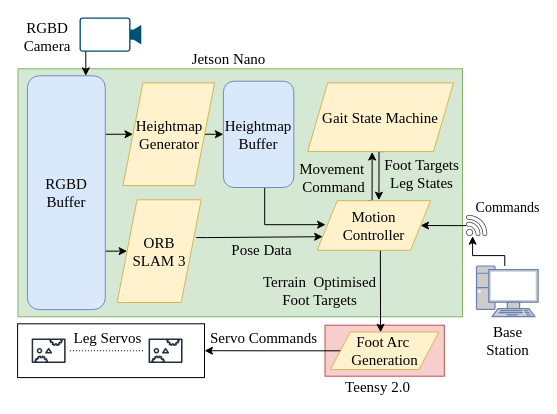
Before: figs/HexapodSystemDiagram.drawio in EpEpDragon/MThesis, a draw.io diagram. Source tidied: cells renumbered, new cells numbered last; positions are measured from the earlier drawing's top-left corner, leaving out a move shared by most shapes. Both pictures are drawn from the tidied source at 100%, with x=0, y=0 at pixel (17, 17).
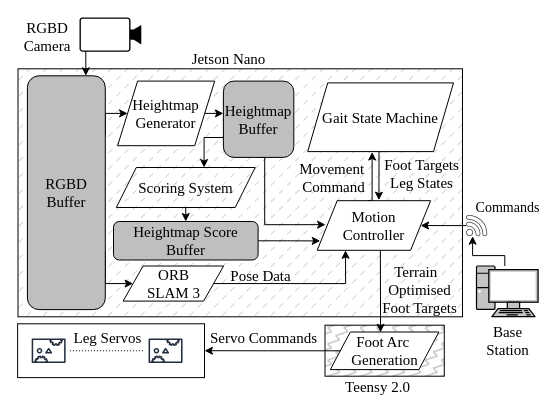
The same page after the edit.

Commit message (it also covers changes not shown here):
Score buffer added to system diagram

Unchanged cells that the change refers to:
```xml
<mxCell id="3" style="group;" parent="1" vertex="1">
  <mxGeometry x="0.1" y="20" width="510" height="360" as="geometry" />
</mxCell>
<mxCell id="34" style="edgeStyle=orthogonalEdgeStyle;rounded=0;jettySize=auto;html=1;entryX=0.463;entryY=0.007;entryDx=0;entryDy=0;entryPerimeter=0;exitX=0.557;exitY=1.009;exitDx=0;exitDy=0;exitPerimeter=0;" parent="3" edge="1" source="26" target="33">
  <mxGeometry relative="1" as="geometry">
    <Array as="points">
      <mxPoint x="362.9" y="213" />
      <mxPoint x="362.9" y="213" />
    </Array>
  </mxGeometry>
</mxCell>
```

Diff of the diagram source:
```diff
@@
-    <mxCell id="4" style="rounded=0;whiteSpace=wrap;html=1;fillColor=#d5e8d4;strokeColor=#82b366;" parent="3" vertex="1">
+    <mxCell id="4" style="rounded=0;whiteSpace=wrap;html=1;fillColor=#C4C4C4;strokeColor=#000000;gradientColor=none;fillStyle=dashed;" parent="3" vertex="1">
       <mxGeometry x="0.4" y="31.3" width="444.5" height="248" as="geometry" />
     </mxCell>
     <mxCell id="5" style="edgeStyle=orthogonalEdgeStyle;rounded=0;jettySize=auto;html=1;exitX=1;exitY=0.25;exitDx=0;exitDy=0;entryX=0;entryY=0.5;entryDx=0;entryDy=0;" parent="3" edge="1" source="7" target="10">
-      <mxGeometry relative="1" as="geometry" />
+      <mxGeometry relative="1" as="geometry">
+        <Array as="points">
+          <mxPoint x="88" y="76" />
+        </Array>
+      </mxGeometry>
     </mxCell>
     <mxCell id="6" style="edgeStyle=orthogonalEdgeStyle;rounded=0;jettySize=auto;html=1;exitX=1;exitY=0.75;exitDx=0;exitDy=0;entryX=0;entryY=0.5;entryDx=0;entryDy=0;" parent="3" edge="1" source="7" target="18">
-      <mxGeometry relative="1" as="geometry" />
+      <mxGeometry relative="1" as="geometry">
+        <Array as="points">
+          <mxPoint x="88" y="246" />
+        </Array>
+      </mxGeometry>
     </mxCell>
-    <mxCell id="7" value="&lt;font style=&quot;font-size: 15px;&quot;&gt;RGBD Buffer&lt;/font&gt;" style="rounded=1;whiteSpace=wrap;html=1;fillColor=#dae8fc;strokeColor=#6c8ebf;fontFamily=Times New Roman;fontSize=15;" parent="3" vertex="1">
+    <mxCell id="7" value="&lt;font style=&quot;font-size: 15px;&quot;&gt;RGBD Buffer&lt;/font&gt;" style="rounded=1;whiteSpace=wrap;html=1;fillColor=#BFBFBF;strokeColor=#000000;fontFamily=Times New Roman;fontSize=15;" parent="3" vertex="1">
       <mxGeometry x="9.8" y="38.3" width="77.9" height="233.8" as="geometry" />
     </mxCell>
@@
-    <mxCell id="10" value="&lt;font style=&quot;font-size: 15px;&quot;&gt;Heightmap&lt;/font&gt;&lt;div&gt;&lt;span style=&quot;background-color: initial;&quot;&gt;Generator&lt;/span&gt;&lt;/div&gt;" style="shape=parallelogram;perimeter=parallelogramPerimeter;whiteSpace=wrap;html=1;fixedSize=1;fillColor=#fff2cc;strokeColor=#d6b656;fontFamily=Times New Roman;fontSize=15;" parent="3" vertex="1">
-      <mxGeometry x="105.4" y="45.4" width="91.6" height="102.7" as="geometry" />
+    <mxCell id="10" value="&lt;font style=&quot;font-size: 15px;&quot;&gt;Heightmap&lt;/font&gt;&lt;div&gt;&lt;span style=&quot;background-color: initial;&quot;&gt;Generator&lt;/span&gt;&lt;/div&gt;" style="shape=parallelogram;perimeter=parallelogramPerimeter;whiteSpace=wrap;html=1;fixedSize=1;fillColor=#FFFFFF;strokeColor=#000000;fontFamily=Times New Roman;fontSize=15;" parent="3" vertex="1">
+      <mxGeometry x="100" y="43.6" width="97.1" height="64.6" as="geometry" />
     </mxCell>
@@
-    <mxCell id="12" value="&lt;font style=&quot;font-size: 15px;&quot;&gt;Heightmap&lt;/font&gt;&lt;div style=&quot;font-size: 15px;&quot;&gt;&lt;font style=&quot;font-size: 15px;&quot;&gt;Buffer&lt;/font&gt;&lt;/div&gt;" style="rounded=1;whiteSpace=wrap;html=1;fillColor=#dae8fc;strokeColor=#6c8ebf;fontFamily=Times New Roman;fontSize=15;" parent="3" vertex="1">
-      <mxGeometry x="205.8" y="43.7" width="70.4" height="106.3" as="geometry" />
+    <mxCell id="12" value="&lt;font style=&quot;font-size: 15px;&quot;&gt;Heightmap&lt;/font&gt;&lt;div style=&quot;font-size: 15px;&quot;&gt;&lt;font style=&quot;font-size: 15px;&quot;&gt;Buffer&lt;/font&gt;&lt;/div&gt;" style="rounded=1;whiteSpace=wrap;html=1;fillColor=#BFBFBF;strokeColor=#000000;fontFamily=Times New Roman;fontSize=15;" parent="3" vertex="1">
+      <mxGeometry x="205.8" y="43.6" width="70.4" height="76.3" as="geometry" />
     </mxCell>
@@
-    <mxCell id="15" value="&lt;font style=&quot;font-size: 15px;&quot;&gt;Gait State Machine&lt;/font&gt;" style="shape=parallelogram;perimeter=parallelogramPerimeter;whiteSpace=wrap;html=1;fixedSize=1;fillColor=#fff2cc;strokeColor=#d6b656;fontFamily=Times New Roman;fontSize=15;" parent="3" vertex="1">
+    <mxCell id="15" value="&lt;font style=&quot;font-size: 15px;&quot;&gt;Gait State Machine&lt;/font&gt;" style="shape=parallelogram;perimeter=parallelogramPerimeter;whiteSpace=wrap;html=1;fixedSize=1;fillColor=#FFFFFF;strokeColor=#000000;fontFamily=Times New Roman;fontSize=15;" parent="3" vertex="1">
       <mxGeometry x="290.1" y="45.4" width="145.8" height="68.7" as="geometry" />
     </mxCell>
-    <mxCell id="16" style="edgeStyle=orthogonalEdgeStyle;rounded=0;jettySize=auto;html=1;exitX=0.94;exitY=0.368;exitDx=0;exitDy=0;entryX=0;entryY=0.75;entryDx=0;entryDy=0;fontFamily=Times New Roman;fontSize=17;fontColor=default;exitPerimeter=0;" parent="3" edge="1" source="18" target="26">
+    <mxCell id="16" style="edgeStyle=orthogonalEdgeStyle;rounded=0;jettySize=auto;html=1;exitX=1;exitY=0.5;exitDx=0;exitDy=0;entryX=0.25;entryY=1;entryDx=0;entryDy=0;fontFamily=Times New Roman;fontSize=17;fontColor=default;" parent="3" edge="1" source="18" target="26">
       <mxGeometry relative="1" as="geometry">
         <Array as="points">
-          <mxPoint x="189.8" y="199.9" />
+          <mxPoint x="328" y="246" />
         </Array>
       </mxGeometry>
     </mxCell>
     <mxCell id="17" value="Pose Data" style="edgeLabel;html=1;align=center;verticalAlign=middle;strokeColor=#d6b656;fontFamily=Times New Roman;fontSize=15;fontColor=default;fillColor=#fff2cc;labelBackgroundColor=none;" parent="16" vertex="1">
       <mxGeometry x="-0.01" y="1" relative="1" as="geometry">
-        <mxPoint x="2" y="13" as="offset" />
+        <mxPoint x="-36" y="-8" as="offset" />
       </mxGeometry>
     </mxCell>
-    <mxCell id="18" value="&lt;span style=&quot;font-size: 15px;&quot;&gt;ORB&lt;/span&gt;&lt;div&gt;&lt;span style=&quot;font-size: 15px;&quot;&gt;SLAM 3&lt;/span&gt;&lt;/div&gt;" style="shape=parallelogram;perimeter=parallelogramPerimeter;whiteSpace=wrap;html=1;fixedSize=1;fillColor=#fff2cc;strokeColor=#d6b656;fontFamily=Times New Roman;fontSize=15;" parent="3" vertex="1">
-      <mxGeometry x="99.5" y="162.3" width="84.1" height="102.7" as="geometry" />
+    <mxCell id="18" value="&lt;span style=&quot;font-size: 15px;&quot;&gt;ORB&lt;/span&gt;&lt;div&gt;&lt;span style=&quot;font-size: 15px;&quot;&gt;SLAM 3&lt;/span&gt;&lt;/div&gt;" style="shape=parallelogram;perimeter=parallelogramPerimeter;whiteSpace=wrap;html=1;fixedSize=1;fillColor=#FFFFFF;strokeColor=#000000;fontFamily=Times New Roman;fontSize=15;" parent="3" vertex="1">
+      <mxGeometry x="105.5" y="228.5" width="100.5" height="35.1" as="geometry" />
     </mxCell>
@@
-    <mxCell id="26" value="&lt;font style=&quot;font-size: 15px;&quot;&gt;Motion&lt;/font&gt;&lt;div&gt;&lt;font style=&quot;font-size: 15px;&quot;&gt;Controller&lt;/font&gt;&lt;/div&gt;" style="shape=parallelogram;perimeter=parallelogramPerimeter;whiteSpace=wrap;html=1;fixedSize=1;fillColor=#fff2cc;strokeColor=#d6b656;fontFamily=Times New Roman;fontSize=15;" parent="3" vertex="1">
+    <mxCell id="26" value="&lt;font style=&quot;font-size: 15px;&quot;&gt;Motion&lt;/font&gt;&lt;div&gt;&lt;font style=&quot;font-size: 15px;&quot;&gt;Controller&lt;/font&gt;&lt;/div&gt;" style="shape=parallelogram;perimeter=parallelogramPerimeter;whiteSpace=wrap;html=1;fixedSize=1;fillColor=#FFFFFF;strokeColor=#000000;fontFamily=Times New Roman;fontSize=15;" parent="3" vertex="1">
       <mxGeometry x="299.6" y="163.2" width="113.4" height="49.6" as="geometry" />
     </mxCell>
@@
-    <mxCell id="31" value="&lt;span style=&quot;color: rgb(0, 0, 0); text-wrap: wrap;&quot;&gt;Base Station&lt;/span&gt;" style="fontColor=#0066CC;verticalAlign=top;verticalLabelPosition=bottom;labelPosition=center;align=center;html=1;outlineConnect=0;fillColor=#CCCCCC;strokeColor=#6881B3;gradientColor=none;gradientDirection=north;strokeWidth=2;shape=mxgraph.networks.pc;fontFamily=Times New Roman;fontSize=15;" parent="3" vertex="1">
+    <mxCell id="31" value="&lt;span style=&quot;color: rgb(0, 0, 0); text-wrap: wrap;&quot;&gt;Base Station&lt;/span&gt;" style="fontColor=#0066CC;verticalAlign=top;verticalLabelPosition=bottom;labelPosition=center;align=center;html=1;outlineConnect=0;fillColor=#C4C4C4;strokeColor=#000000;gradientColor=none;gradientDirection=north;strokeWidth=2;shape=mxgraph.networks.pc;fontFamily=Times New Roman;fontSize=15;" parent="3" vertex="1">
       <mxGeometry x="458.9" y="228.5" width="61.6" height="50.7" as="geometry" />
     </mxCell>
-    <mxCell id="32" style="rounded=0;whiteSpace=wrap;html=1;strokeColor=#b85450;align=center;verticalAlign=middle;fontFamily=Times New Roman;fontSize=17;fillColor=#f8cecc;" parent="3" vertex="1">
+    <mxCell id="32" style="rounded=0;whiteSpace=wrap;html=1;strokeColor=#000000;align=center;verticalAlign=middle;fontFamily=Times New Roman;fontSize=17;fillColor=#C4C4C4;fillStyle=zigzag-line;" parent="3" vertex="1">
       <mxGeometry x="307.4" y="287.7" width="119.3" height="51" as="geometry" />
     </mxCell>
-    <mxCell id="33" value="&lt;font style=&quot;font-size: 15px;&quot;&gt;Foot Arc&amp;nbsp;&lt;/font&gt;&lt;div style=&quot;font-size: 15px;&quot;&gt;&lt;font style=&quot;font-size: 15px;&quot;&gt;Generation&lt;/font&gt;&lt;/div&gt;" style="shape=parallelogram;perimeter=parallelogramPerimeter;whiteSpace=wrap;html=1;fixedSize=1;fillColor=#fff2cc;strokeColor=#d6b656;fontFamily=Times New Roman;fontSize=15;" parent="3" vertex="1">
+    <mxCell id="33" value="&lt;font style=&quot;font-size: 15px;&quot;&gt;Foot Arc&amp;nbsp;&lt;/font&gt;&lt;div style=&quot;font-size: 15px;&quot;&gt;&lt;font style=&quot;font-size: 15px;&quot;&gt;Generation&lt;/font&gt;&lt;/div&gt;" style="shape=parallelogram;perimeter=parallelogramPerimeter;whiteSpace=wrap;html=1;fixedSize=1;fillColor=#FFFFFF;strokeColor=#000000;fontFamily=Times New Roman;fontSize=15;" parent="3" vertex="1">
       <mxGeometry x="312.7" y="294.5" width="108.6" height="37.6" as="geometry" />
     </mxCell>
@@
-    <mxCell id="35" value="Terrain&amp;nbsp; Optimised&lt;div style=&quot;font-size: 15px;&quot;&gt;Foot Targets&lt;/div&gt;" style="edgeLabel;html=1;align=center;verticalAlign=middle;strokeColor=#d6b656;fontFamily=Times New Roman;fontSize=15;fontColor=default;fillColor=#fff2cc;labelBackgroundColor=none;" parent="34" vertex="1">
+    <mxCell id="35" value="Terrain&amp;nbsp;&amp;nbsp;&lt;div&gt;Optimised&lt;div style=&quot;font-size: 15px;&quot;&gt;Foot Targets&lt;/div&gt;&lt;/div&gt;" style="edgeLabel;html=1;align=center;verticalAlign=middle;strokeColor=#d6b656;fontFamily=Times New Roman;fontSize=15;fontColor=default;fillColor=#fff2cc;labelBackgroundColor=none;" parent="34" vertex="1">
       <mxGeometry x="-0.24" y="2" relative="1" as="geometry">
-        <mxPoint x="-63" y="8" as="offset" />
+        <mxPoint x="37" y="7" as="offset" />
       </mxGeometry>
     </mxCell>
@@
+    <mxCell id="41" style="edgeStyle=orthogonalEdgeStyle;rounded=0;jettySize=auto;html=1;fontFamily=Times New Roman;fontSize=15;fontColor=default;" parent="3" edge="1" source="42" target="43">
+      <mxGeometry relative="1" as="geometry">
+        <Array as="points">
+          <mxPoint x="169" y="190" />
+          <mxPoint x="169" y="190" />
+        </Array>
+      </mxGeometry>
+    </mxCell>
+    <mxCell id="42" value="Scoring System" style="shape=parallelogram;perimeter=parallelogramPerimeter;whiteSpace=wrap;html=1;fixedSize=1;rounded=0;align=center;verticalAlign=middle;fontFamily=Times New Roman;fontSize=15;fontColor=default;fillColor=none;gradientColor=none;" parent="3" vertex="1">
+      <mxGeometry x="98.7" y="130" width="138.9" height="40" as="geometry" />
+    </mxCell>
+    <mxCell id="43" value="Heightmap Score Buffer" style="rounded=1;whiteSpace=wrap;html=1;fillColor=#BFBFBF;strokeColor=#000000;fontFamily=Times New Roman;fontSize=15;" parent="3" vertex="1">
+      <mxGeometry x="95.9" y="184" width="144.6" height="38.5" as="geometry" />
+    </mxCell>
+    <mxCell id="44" style="edgeStyle=orthogonalEdgeStyle;rounded=0;jettySize=auto;html=1;entryX=0.632;entryY=0;entryDx=0;entryDy=0;entryPerimeter=0;fontFamily=Times New Roman;fontSize=15;fontColor=default;" parent="3" edge="1" source="12" target="42">
+      <mxGeometry relative="1" as="geometry">
+        <Array as="points">
+          <mxPoint x="186" y="100" />
+          <mxPoint x="186" y="130" />
+        </Array>
+      </mxGeometry>
+    </mxCell>
+    <mxCell id="45" style="edgeStyle=orthogonalEdgeStyle;rounded=0;jettySize=auto;html=1;entryX=0.027;entryY=0.811;entryDx=0;entryDy=0;entryPerimeter=0;fontFamily=Times New Roman;fontSize=15;fontColor=default;" parent="3" edge="1" source="43" target="26">
+      <mxGeometry relative="1" as="geometry" />
+    </mxCell>
@@
-    <mxCell id="40" style="points=[[0,0.5,0],[0.19,0.02,0],[0.59,0,0],[0.985,0.02,0],[1,0.5,0],[0.985,0.98,0],[0.59,1,0],[0.19,0.98,0]];verticalLabelPosition=bottom;sketch=0;html=1;verticalAlign=top;align=center;shape=mxgraph.cisco19.camera;fillColor=#005073;strokeColor=none;direction=west;fontFamily=Times New Roman;fontSize=15;" parent="1" vertex="1">
+    <mxCell id="40" style="points=[[0,0.5,0],[0.19,0.02,0],[0.59,0,0],[0.985,0.02,0],[1,0.5,0],[0.985,0.98,0],[0.59,1,0],[0.19,0.98,0]];verticalLabelPosition=bottom;sketch=0;html=1;verticalAlign=top;align=center;shape=mxgraph.cisco19.camera;fillColor=#000000;strokeColor=none;direction=west;fontFamily=Times New Roman;fontSize=15;" parent="1" vertex="1">
       <mxGeometry x="62" width="61.8" height="34.3" as="geometry" />
     </mxCell>
```
